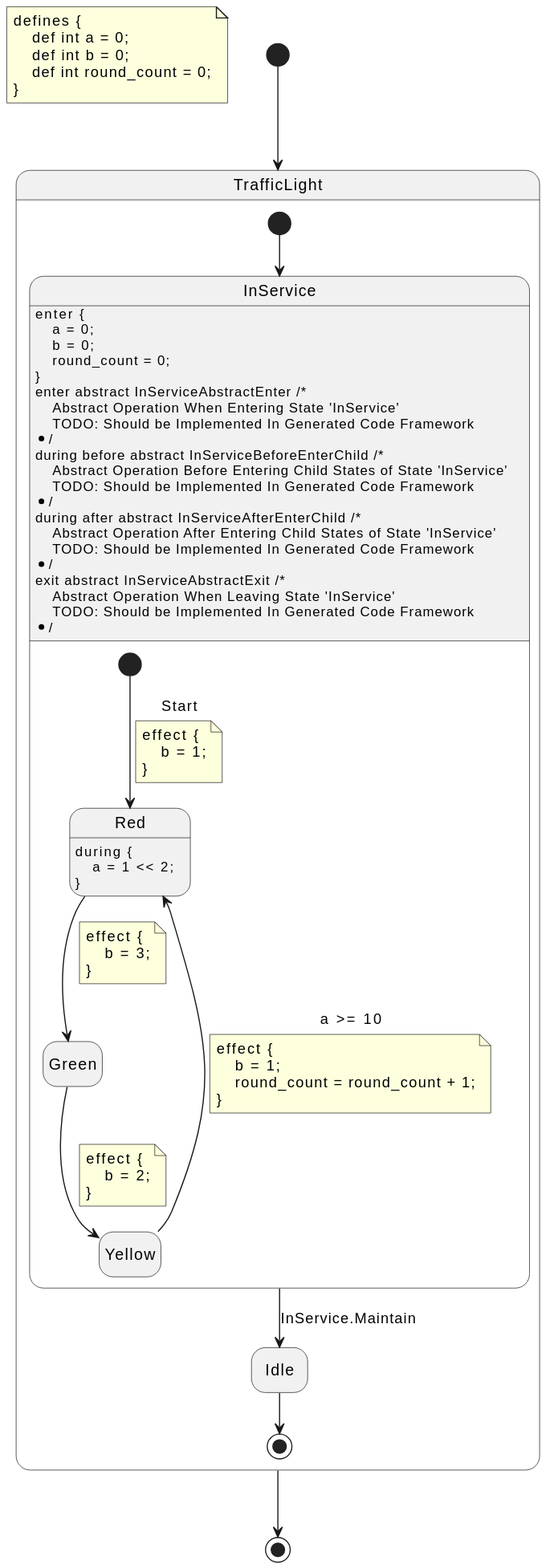
The PlantUML diagram docs/source/tutorials/dsl/example.fcstm.puml.svg in HansBug/pyfcstm, before a commit.
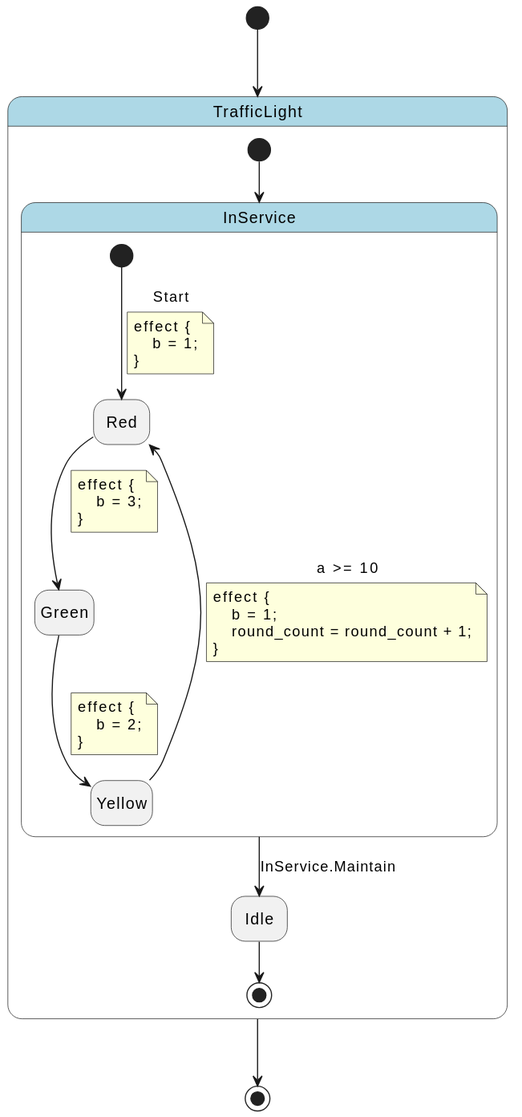
Above is the later version.

Diff of the diagram source:
```diff
@@ -1,17 +1,16 @@
 @startuml
 hide empty description
-note as DefinitionNote
-defines {
-    def int a = 0;
-    def int b = 0;
-    def int round_count = 0;
+
+skinparam state {
+  BackgroundColor<<pseudo>> LightGray
+  BackgroundColor<<composite>> LightBlue
+  BorderColor<<pseudo>> Gray
+  FontStyle<<pseudo>> italic
 }
-end note
 
-state "TrafficLight" as traffic_light {
-    state "InService" as traffic_light__in_service {
+state "TrafficLight" as traffic_light <<composite>> {
+    state "InService" as traffic_light__in_service <<composite>> {
         state "Red" as traffic_light__in_service__red
-        traffic_light__in_service__red : during {\n    a = 1 << 2;\n}
         state "Yellow" as traffic_light__in_service__yellow
         state "Green" as traffic_light__in_service__green
         [*] --> traffic_light__in_service__red : Start
@@ -40,7 +39,6 @@
         }
         end note
     }
-    traffic_light__in_service : enter {\n    a = 0;\n    b = 0;\n    round_count = 0;\n}\nenter abstract InServiceAbstractEnter /*\n    Abstract Operation When Entering State 'InService'\n    TODO: Should be Implemented In Generated Code Framework\n*/\nduring before abstract InServiceBeforeEnterChild /*\n    Abstract Operation Before Entering Child States of State 'InService'\n    TODO: Should be Implemented In Generated Code Framework\n*/\nduring after abstract InServiceAfterEnterChild /*\n    Abstract Operation After Entering Child States of State 'InService'\n    TODO: Should be Implemented In Generated Code Framework\n*/\nexit abstract InServiceAbstractExit /*\n    Abstract Operation When Leaving State 'InService'\n    TODO: Should be Implemented In Generated Code Framework\n*/
     state "Idle" as traffic_light__idle
     [*] --> traffic_light__in_service
     traffic_light__in_service --> traffic_light__idle : InService.Maintain
```
